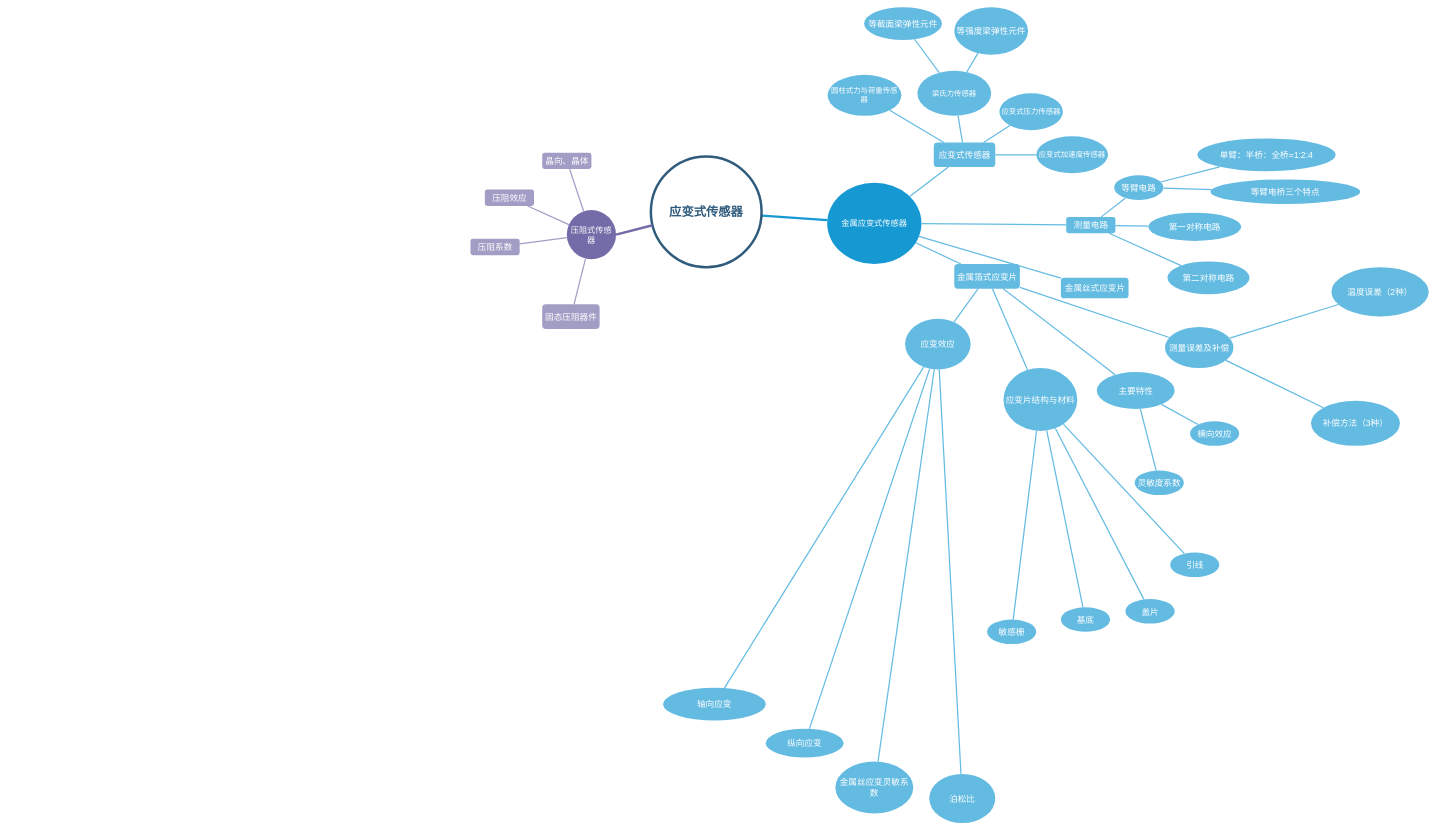
This is 基础项目/Untitled Diagram.drawio from chenxi123-byte/51-Single-chip, a draw.io file, before an edit. Source tidied: cells renumbered, new cells numbered last; positions are measured from the earlier drawing's top-left corner, leaving out a move shared by most shapes. Both pictures are drawn from the tidied source at 41%, with x=0, y=0 at pixel (470, 7).
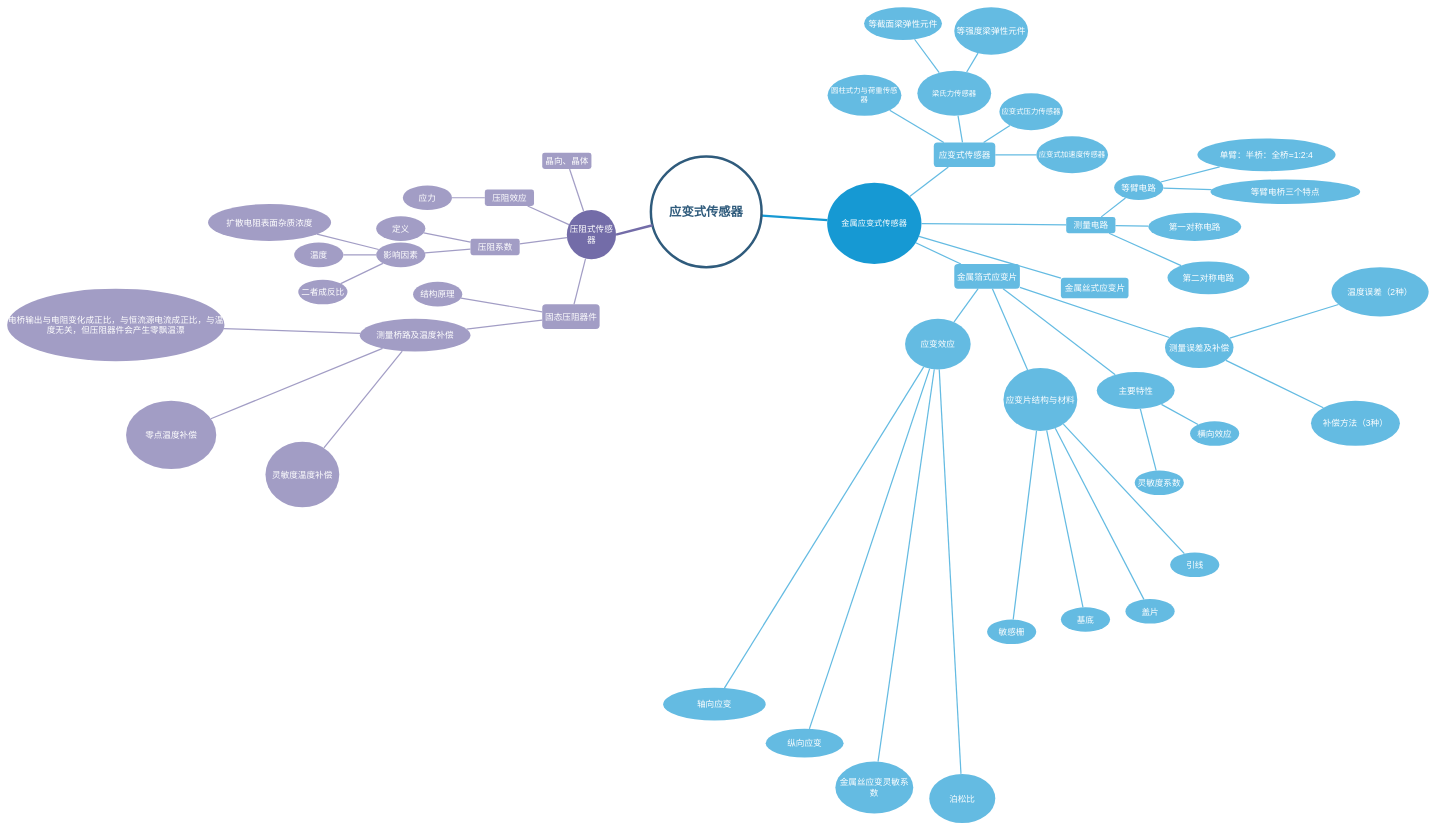
The same diagram, later.

What changed in the source:
```diff
@@
+    <mxCell id="79" style="edgeStyle=none;shape=connector;rounded=1;jettySize=auto;html=1;labelBackgroundColor=default;fontFamily=Helvetica;fontSize=21;fontColor=default;endArrow=none;strokeColor=#A29DC5;strokeWidth=3;" parent="1" edge="1" source="24" target="84">
+      <mxGeometry relative="1" as="geometry" />
+    </mxCell>
-    <mxCell id="24" value="&lt;font style=&quot;font-size: 21px&quot;&gt;压阻效应&lt;/font&gt;" style="rounded=1;fillColor=#a29dc5;strokeColor=none;strokeWidth=3;shadow=0;html=1;fontColor=#FFFFFF;" parent="1" vertex="1">
+    <mxCell id="24" value="&lt;font style=&quot;font-size: 21px&quot;&gt;压阻效应&lt;/font&gt;" style="rounded=1;fillColor=#a29dc5;strokeColor=none;strokeWidth=3;shadow=0;html=1;fontColor=#FFFFFF;fontSize=21;" parent="1" vertex="1">
       <mxGeometry x="35" y="444.8" width="120" height="40" as="geometry" />
     </mxCell>
-    <mxCell id="25" value="&lt;font style=&quot;font-size: 21px&quot;&gt;晶向、晶体&lt;/font&gt;" style="rounded=1;fillColor=#a29dc5;strokeColor=none;strokeWidth=3;shadow=0;html=1;fontColor=#FFFFFF;" parent="1" vertex="1">
+    <mxCell id="25" value="&lt;font style=&quot;font-size: 21px&quot;&gt;晶向、晶体&lt;/font&gt;" style="rounded=1;fillColor=#a29dc5;strokeColor=none;strokeWidth=3;shadow=0;html=1;fontColor=#FFFFFF;fontSize=21;" parent="1" vertex="1">
       <mxGeometry x="175" y="354.8" width="120" height="40" as="geometry" />
     </mxCell>
+    <mxCell id="80" style="edgeStyle=none;shape=connector;rounded=1;jettySize=auto;html=1;labelBackgroundColor=default;fontFamily=Helvetica;fontSize=21;fontColor=default;endArrow=none;strokeColor=#A29DC5;strokeWidth=3;" parent="1" edge="1" source="26" target="85">
+      <mxGeometry relative="1" as="geometry" />
+    </mxCell>
+    <mxCell id="81" style="edgeStyle=none;shape=connector;rounded=1;jettySize=auto;html=1;labelBackgroundColor=default;fontFamily=Helvetica;fontSize=21;fontColor=default;endArrow=none;strokeColor=#A29DC5;strokeWidth=3;" parent="1" edge="1" source="26" target="89">
+      <mxGeometry relative="1" as="geometry" />
+    </mxCell>
-    <mxCell id="26" value="&lt;font style=&quot;font-size: 21px&quot;&gt;压阻系数&lt;/font&gt;" style="rounded=1;fillColor=#a29dc5;strokeColor=none;strokeWidth=3;shadow=0;html=1;fontColor=#FFFFFF;" parent="1" vertex="1">
+    <mxCell id="26" value="&lt;font style=&quot;font-size: 21px&quot;&gt;压阻系数&lt;/font&gt;" style="rounded=1;fillColor=#a29dc5;strokeColor=none;strokeWidth=3;shadow=0;html=1;fontColor=#FFFFFF;fontSize=21;" parent="1" vertex="1">
       <mxGeometry y="564.8" width="120" height="40" as="geometry" />
     </mxCell>
-    <mxCell id="27" style="edgeStyle=none;endArrow=none;strokeWidth=3;strokeColor=#A29DC5;html=1;" parent="1" edge="1" source="33" target="24">
+    <mxCell id="27" style="edgeStyle=none;endArrow=none;strokeWidth=3;strokeColor=#A29DC5;html=1;fontSize=21;" parent="1" edge="1" source="33" target="24">
       <mxGeometry x="350" y="409.8" as="geometry" />
     </mxCell>
+    <mxCell id="82" style="edgeStyle=none;shape=connector;rounded=1;jettySize=auto;html=1;labelBackgroundColor=default;fontFamily=Helvetica;fontSize=21;fontColor=default;endArrow=none;strokeColor=#A29DC5;strokeWidth=3;" parent="1" edge="1" source="28" target="93">
+      <mxGeometry relative="1" as="geometry" />
+    </mxCell>
+    <mxCell id="83" style="edgeStyle=none;shape=connector;rounded=1;jettySize=auto;html=1;labelBackgroundColor=default;fontFamily=Helvetica;fontSize=21;fontColor=default;endArrow=none;strokeColor=#A29DC5;strokeWidth=3;" parent="1" edge="1" source="28" target="97">
+      <mxGeometry relative="1" as="geometry" />
+    </mxCell>
-    <mxCell id="28" value="&lt;font style=&quot;font-size: 21px&quot;&gt;固态压阻器件&lt;/font&gt;" style="rounded=1;fillColor=#a29dc5;strokeColor=none;strokeWidth=3;shadow=0;html=1;fontColor=#FFFFFF;" parent="1" vertex="1">
+    <mxCell id="28" value="&lt;font style=&quot;font-size: 21px&quot;&gt;固态压阻器件&lt;/font&gt;" style="rounded=1;fillColor=#a29dc5;strokeColor=none;strokeWidth=3;shadow=0;html=1;fontColor=#FFFFFF;fontSize=21;" parent="1" vertex="1">
       <mxGeometry x="175" y="724.8" width="140" height="60" as="geometry" />
     </mxCell>
@@
-    <mxCell id="30" style="edgeStyle=none;endArrow=none;strokeWidth=3;strokeColor=#A29DC5;html=1;" parent="1" edge="1" source="33" target="26">
+    <mxCell id="30" style="edgeStyle=none;endArrow=none;strokeWidth=3;strokeColor=#A29DC5;html=1;fontSize=21;" parent="1" edge="1" source="33" target="26">
       <mxGeometry x="350" y="409.8" as="geometry" />
     </mxCell>
-    <mxCell id="31" style="edgeStyle=none;endArrow=none;strokeWidth=3;strokeColor=#A29DC5;html=1;" parent="1" edge="1" source="33" target="28">
+    <mxCell id="31" style="edgeStyle=none;endArrow=none;strokeWidth=3;strokeColor=#A29DC5;html=1;fontSize=21;" parent="1" edge="1" source="33" target="28">
       <mxGeometry x="350" y="409.8" as="geometry" />
     </mxCell>
-    <mxCell id="32" style="edgeStyle=none;rounded=0;html=1;exitX=0.5;exitY=1;endArrow=none;endFill=0;jettySize=auto;orthogonalLoop=1;strokeColor=#736CA8;strokeWidth=2;fillColor=#64bbe2;fontSize=20;fontColor=#23445D;" parent="1" edge="1" source="28" target="28">
+    <mxCell id="32" style="edgeStyle=none;rounded=0;html=1;exitX=0.5;exitY=1;endArrow=none;endFill=0;jettySize=auto;orthogonalLoop=1;strokeColor=#736CA8;strokeWidth=2;fillColor=#64bbe2;fontSize=21;fontColor=#23445D;" parent="1" edge="1" source="28" target="28">
       <mxGeometry relative="1" as="geometry" />
     </mxCell>
-    <mxCell id="33" value="压阻式传感器" style="ellipse;whiteSpace=wrap;html=1;shadow=0;fontFamily=Helvetica;fontSize=20;fontColor=#FFFFFF;align=center;strokeWidth=3;fillColor=#736ca8;strokeColor=none;" parent="1" vertex="1">
+    <mxCell id="33" value="压阻式传感器" style="ellipse;whiteSpace=wrap;html=1;shadow=0;fontFamily=Helvetica;fontSize=21;fontColor=#FFFFFF;align=center;strokeWidth=3;fillColor=#736ca8;strokeColor=none;" parent="1" vertex="1">
       <mxGeometry x="235" y="494.8" width="120" height="120" as="geometry" />
     </mxCell>
@@
+    <mxCell id="84" value="应力" style="ellipse;whiteSpace=wrap;html=1;fillColor=#a29dc5;strokeColor=none;fontColor=#FFFFFF;rounded=1;strokeWidth=3;shadow=0;fontSize=21;" parent="1" vertex="1">
+      <mxGeometry x="-165" y="434.8" width="120" height="60" as="geometry" />
+    </mxCell>
+    <mxCell id="85" value="定义" style="ellipse;whiteSpace=wrap;html=1;fillColor=#a29dc5;strokeColor=none;fontColor=#FFFFFF;rounded=1;strokeWidth=3;shadow=0;fontSize=21;" parent="1" vertex="1">
+      <mxGeometry x="-230" y="510" width="120" height="60" as="geometry" />
+    </mxCell>
+    <mxCell id="86" style="edgeStyle=none;shape=connector;rounded=1;jettySize=auto;html=1;labelBackgroundColor=default;fontFamily=Helvetica;fontSize=21;fontColor=default;endArrow=none;strokeColor=#A29DC5;strokeWidth=3;" parent="1" edge="1" source="89" target="90">
+      <mxGeometry relative="1" as="geometry" />
+    </mxCell>
+    <mxCell id="87" style="edgeStyle=none;shape=connector;rounded=1;jettySize=auto;html=1;labelBackgroundColor=default;fontFamily=Helvetica;fontSize=21;fontColor=default;endArrow=none;strokeColor=#A29DC5;strokeWidth=3;" parent="1" edge="1" source="89" target="91">
+      <mxGeometry relative="1" as="geometry" />
+    </mxCell>
+    <mxCell id="88" style="edgeStyle=none;shape=connector;rounded=1;jettySize=auto;html=1;labelBackgroundColor=default;fontFamily=Helvetica;fontSize=21;fontColor=default;endArrow=none;strokeColor=#A29DC5;strokeWidth=3;" parent="1" edge="1" source="89" target="92">
+      <mxGeometry relative="1" as="geometry" />
+    </mxCell>
+    <mxCell id="89" value="影响因素" style="ellipse;whiteSpace=wrap;html=1;fillColor=#a29dc5;strokeColor=none;fontColor=#FFFFFF;rounded=1;strokeWidth=3;shadow=0;fontSize=21;" parent="1" vertex="1">
+      <mxGeometry x="-230" y="574.2" width="120" height="60" as="geometry" />
+    </mxCell>
+    <mxCell id="90" value="扩散电阻表面杂质浓度" style="ellipse;whiteSpace=wrap;html=1;fillColor=#a29dc5;strokeColor=none;fontColor=#FFFFFF;rounded=1;strokeWidth=3;shadow=0;fontSize=21;" parent="1" vertex="1">
+      <mxGeometry x="-640" y="480" width="300" height="90" as="geometry" />
+    </mxCell>
+    <mxCell id="91" value="温度" style="ellipse;whiteSpace=wrap;html=1;fillColor=#a29dc5;strokeColor=none;fontColor=#FFFFFF;rounded=1;strokeWidth=3;shadow=0;fontSize=21;" parent="1" vertex="1">
+      <mxGeometry x="-430" y="574.2" width="120" height="60" as="geometry" />
+    </mxCell>
+    <mxCell id="92" value="二者成反比" style="ellipse;whiteSpace=wrap;html=1;fillColor=#a29dc5;strokeColor=none;fontColor=#FFFFFF;rounded=1;strokeWidth=3;shadow=0;fontSize=21;" parent="1" vertex="1">
+      <mxGeometry x="-420" y="664.8" width="120" height="60" as="geometry" />
+    </mxCell>
+    <mxCell id="93" value="结构原理" style="ellipse;whiteSpace=wrap;html=1;fillColor=#a29dc5;strokeColor=none;fontColor=#FFFFFF;rounded=1;strokeWidth=3;shadow=0;fontSize=21;" parent="1" vertex="1">
+      <mxGeometry x="-140" y="670" width="120" height="60" as="geometry" />
+    </mxCell>
+    <mxCell id="94" style="edgeStyle=none;shape=connector;rounded=1;jettySize=auto;html=1;labelBackgroundColor=default;fontFamily=Helvetica;fontSize=21;fontColor=default;endArrow=none;strokeColor=#A29DC5;strokeWidth=3;" parent="1" edge="1" source="97" target="98">
+      <mxGeometry relative="1" as="geometry" />
+    </mxCell>
+    <mxCell id="95" style="edgeStyle=none;shape=connector;rounded=1;jettySize=auto;html=1;labelBackgroundColor=default;fontFamily=Helvetica;fontSize=21;fontColor=default;endArrow=none;strokeColor=#A29DC5;strokeWidth=3;" parent="1" edge="1" source="97" target="99">
+      <mxGeometry relative="1" as="geometry" />
+    </mxCell>
+    <mxCell id="96" style="edgeStyle=none;shape=connector;rounded=1;jettySize=auto;html=1;labelBackgroundColor=default;fontFamily=Helvetica;fontSize=21;fontColor=default;endArrow=none;strokeColor=#A29DC5;strokeWidth=3;" parent="1" edge="1" source="97" target="100">
+      <mxGeometry relative="1" as="geometry" />
+    </mxCell>
+    <mxCell id="97" value="测量桥路及温度补偿" style="ellipse;whiteSpace=wrap;html=1;fillColor=#a29dc5;strokeColor=none;fontColor=#FFFFFF;rounded=1;strokeWidth=3;shadow=0;fontSize=21;" parent="1" vertex="1">
+      <mxGeometry x="-270" y="760" width="270" height="80" as="geometry" />
+    </mxCell>
+    <mxCell id="98" value="电桥输出与电阻变化成正比，与恒流源电流成正比，与温度无关，但压阻器件会产生零飘温漂" style="ellipse;whiteSpace=wrap;html=1;fillColor=#a29dc5;strokeColor=none;fontColor=#FFFFFF;rounded=1;strokeWidth=3;shadow=0;fontSize=21;" parent="1" vertex="1">
+      <mxGeometry x="-1130" y="686.5" width="530" height="176.8" as="geometry" />
+    </mxCell>
+    <mxCell id="99" value="零点温度补偿" style="ellipse;whiteSpace=wrap;html=1;fillColor=#a29dc5;strokeColor=none;fontColor=#FFFFFF;rounded=1;strokeWidth=3;shadow=0;fontSize=21;" parent="1" vertex="1">
+      <mxGeometry x="-840" y="960" width="220" height="166.5" as="geometry" />
+    </mxCell>
+    <mxCell id="100" value="灵敏度温度补偿" style="ellipse;whiteSpace=wrap;html=1;fillColor=#a29dc5;strokeColor=none;fontColor=#FFFFFF;rounded=1;strokeWidth=3;shadow=0;fontSize=21;" parent="1" vertex="1">
+      <mxGeometry x="-500" y="1060" width="180" height="160" as="geometry" />
+    </mxCell>
```
